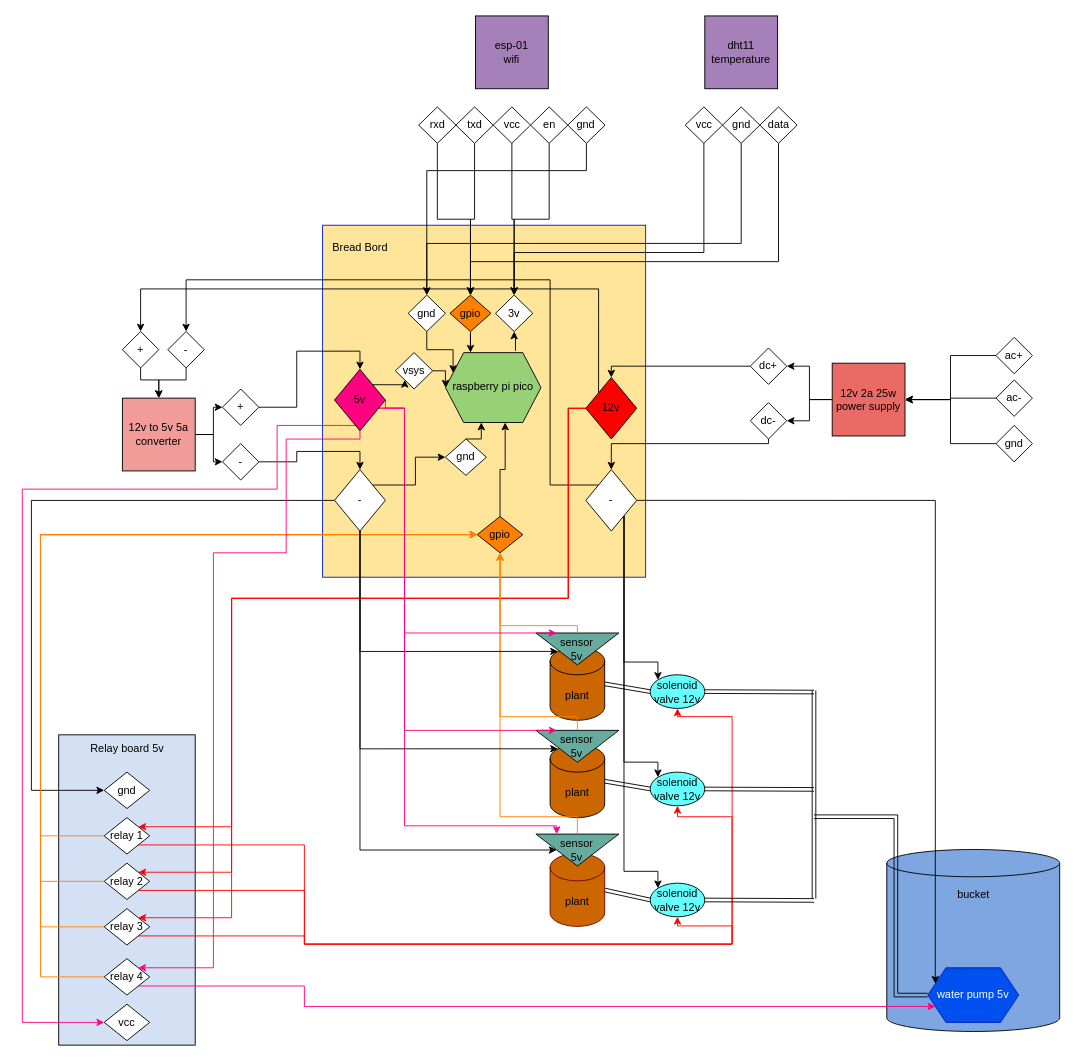
This is doc/circuit.drawio from floryn08/rpi-pico-watering-system, a draw.io file, before an edit. Source tidied: cells renumbered, new cells numbered last; positions are measured from the earlier drawing's top-left corner, leaving out a move shared by most shapes. Both pictures are drawn from the tidied source at 91%, with x=0, y=0 at pixel (22, 15).
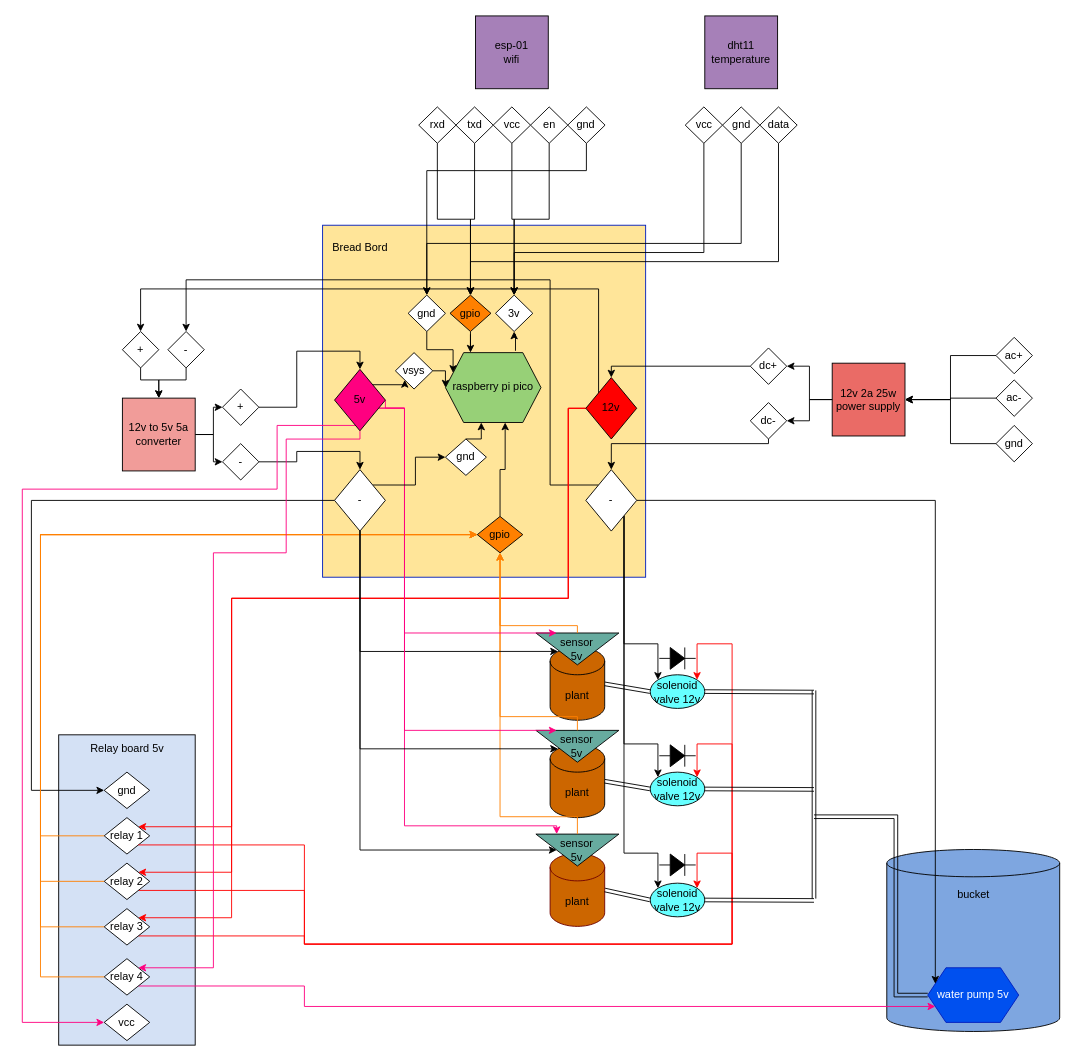
Above is the later version.

Unchanged cells that the change refers to:
```xml
<mxCell id="6" value="solenoid &lt;br&gt;valve 12v" style="ellipse;whiteSpace=wrap;html=1;fillColor=#66FFFF;" parent="1" vertex="1">
  <mxGeometry x="690" y="724" width="60" height="37" as="geometry" />
</mxCell>
<mxCell id="7" value="relay 1" style="rhombus;whiteSpace=wrap;html=1;" parent="1" vertex="1">
  <mxGeometry x="90" y="881" width="50" height="40" as="geometry" />
</mxCell>
<mxCell id="9" value="relay 2" style="rhombus;whiteSpace=wrap;html=1;" parent="1" vertex="1">
  <mxGeometry x="90" y="931" width="50" height="40" as="geometry" />
</mxCell>
<mxCell id="11" value="relay 3" style="rhombus;whiteSpace=wrap;html=1;" parent="1" vertex="1">
  <mxGeometry x="90" y="981" width="50" height="40" as="geometry" />
</mxCell>
<mxCell id="31" value="solenoid&lt;br&gt;valve 12v" style="ellipse;whiteSpace=wrap;html=1;fillColor=#66FFFF;" parent="1" vertex="1">
  <mxGeometry x="690" y="831" width="60" height="37" as="geometry" />
</mxCell>
<mxCell id="32" value="solenoid&lt;br&gt;valve 12v" style="ellipse;whiteSpace=wrap;html=1;fillColor=#66FFFF;" parent="1" vertex="1">
  <mxGeometry x="690" y="953" width="60" height="37" as="geometry" />
</mxCell>
<mxCell id="92" value="-" style="rhombus;whiteSpace=wrap;html=1;" parent="1" vertex="1">
  <mxGeometry x="619.3" y="498.6" width="55.9" height="67.5" as="geometry" />
</mxCell>
```

What changed in the source:
```diff
@@
-    <mxCell id="8" style="edgeStyle=orthogonalEdgeStyle;rounded=0;jettySize=auto;html=1;exitX=1;exitY=1;exitDx=0;exitDy=0;entryX=0.5;entryY=1;entryDx=0;entryDy=0;strokeColor=#FF0000;" parent="1" edge="1" source="9" target="32">
+    <mxCell id="8" style="edgeStyle=orthogonalEdgeStyle;rounded=0;jettySize=auto;html=1;exitX=1;exitY=1;exitDx=0;exitDy=0;entryX=1;entryY=0;entryDx=0;entryDy=0;strokeColor=#FF0000;" parent="1" edge="1" source="9" target="32">
       <mxGeometry relative="1" as="geometry">
         <Array as="points">
           <mxPoint x="310" y="961" />
           <mxPoint x="310" y="1020" />
           <mxPoint x="780" y="1020" />
-          <mxPoint x="780" y="1000" />
-          <mxPoint x="720" y="1000" />
+          <mxPoint x="780" y="920" />
+          <mxPoint x="742" y="920" />
         </Array>
       </mxGeometry>
     </mxCell>
@@
-    <mxCell id="10" style="edgeStyle=orthogonalEdgeStyle;rounded=0;jettySize=auto;html=1;exitX=1;exitY=1;exitDx=0;exitDy=0;entryX=0.5;entryY=1;entryDx=0;entryDy=0;strokeColor=#FF0000;" parent="1" edge="1" source="11" target="31">
+    <mxCell id="10" style="edgeStyle=orthogonalEdgeStyle;rounded=0;jettySize=auto;html=1;exitX=1;exitY=1;exitDx=0;exitDy=0;entryX=1;entryY=0;entryDx=0;entryDy=0;strokeColor=#FF0000;" parent="1" edge="1" source="11" target="31">
       <mxGeometry relative="1" as="geometry">
         <Array as="points">
           <mxPoint x="310" y="1011" />
           <mxPoint x="310" y="1020" />
           <mxPoint x="780" y="1020" />
-          <mxPoint x="780" y="880" />
-          <mxPoint x="720" y="880" />
+          <mxPoint x="780" y="800" />
+          <mxPoint x="741" y="800" />
+          <mxPoint x="741" y="836" />
         </Array>
       </mxGeometry>
     </mxCell>
@@
-    <mxCell id="12" style="edgeStyle=orthogonalEdgeStyle;rounded=0;jettySize=auto;html=1;exitX=1;exitY=1;exitDx=0;exitDy=0;entryX=0.5;entryY=1;entryDx=0;entryDy=0;strokeColor=#FF0000;" parent="1" edge="1" source="7" target="6">
+    <mxCell id="12" style="edgeStyle=orthogonalEdgeStyle;rounded=0;jettySize=auto;html=1;exitX=1;exitY=1;exitDx=0;exitDy=0;entryX=1;entryY=0;entryDx=0;entryDy=0;strokeColor=#FF0000;" parent="1" edge="1" source="7" target="6">
       <mxGeometry relative="1" as="geometry">
         <Array as="points">
           <mxPoint x="310" y="911" />
           <mxPoint x="310" y="1020" />
           <mxPoint x="780" y="1020" />
-          <mxPoint x="780" y="770" />
-          <mxPoint x="720" y="770" />
+          <mxPoint x="780" y="690" />
+          <mxPoint x="741" y="690" />
         </Array>
       </mxGeometry>
     </mxCell>
@@
     <mxCell id="72" style="edgeStyle=orthogonalEdgeStyle;rounded=0;jettySize=auto;html=1;entryX=0;entryY=0;entryDx=0;entryDy=0;exitX=1;exitY=1;exitDx=0;exitDy=0;" parent="1" edge="1" source="92" target="32">
       <mxGeometry relative="1" as="geometry">
         <Array as="points">
-          <mxPoint x="661" y="940" />
-          <mxPoint x="699" y="940" />
+          <mxPoint x="661" y="920" />
+          <mxPoint x="699" y="920" />
         </Array>
       </mxGeometry>
     </mxCell>
     <mxCell id="73" style="edgeStyle=orthogonalEdgeStyle;rounded=0;jettySize=auto;html=1;exitX=1;exitY=1;exitDx=0;exitDy=0;entryX=0;entryY=0;entryDx=0;entryDy=0;" parent="1" edge="1" source="92" target="31">
       <mxGeometry relative="1" as="geometry">
         <Array as="points">
-          <mxPoint x="661" y="820" />
-          <mxPoint x="699" y="820" />
+          <mxPoint x="661" y="800" />
+          <mxPoint x="699" y="800" />
         </Array>
       </mxGeometry>
     </mxCell>
     <mxCell id="74" style="edgeStyle=orthogonalEdgeStyle;rounded=0;jettySize=auto;html=1;exitX=1;exitY=1;exitDx=0;exitDy=0;entryX=0;entryY=0;entryDx=0;entryDy=0;" parent="1" edge="1" source="92" target="6">
       <mxGeometry relative="1" as="geometry">
         <Array as="points">
-          <mxPoint x="661" y="710" />
-          <mxPoint x="699" y="710" />
+          <mxPoint x="661" y="690" />
+          <mxPoint x="699" y="690" />
         </Array>
       </mxGeometry>
     </mxCell>
@@
+    <mxCell id="123" style="fillColor=strokeColor;verticalLabelPosition=bottom;shadow=0;dashed=0;align=center;html=1;verticalAlign=top;shape=mxgraph.electrical.diodes.diode;" parent="1" vertex="1">
+      <mxGeometry x="700" y="921" width="40" height="24" as="geometry" />
+    </mxCell>
+    <mxCell id="124" style="fillColor=strokeColor;verticalLabelPosition=bottom;shadow=0;dashed=0;align=center;html=1;verticalAlign=top;shape=mxgraph.electrical.diodes.diode;" parent="1" vertex="1">
+      <mxGeometry x="700" y="801" width="40" height="24" as="geometry" />
+    </mxCell>
+    <mxCell id="125" style="fillColor=strokeColor;verticalLabelPosition=bottom;shadow=0;dashed=0;align=center;html=1;verticalAlign=top;shape=mxgraph.electrical.diodes.diode;" parent="1" vertex="1">
+      <mxGeometry x="700" y="694" width="40" height="24" as="geometry" />
+    </mxCell>
```
